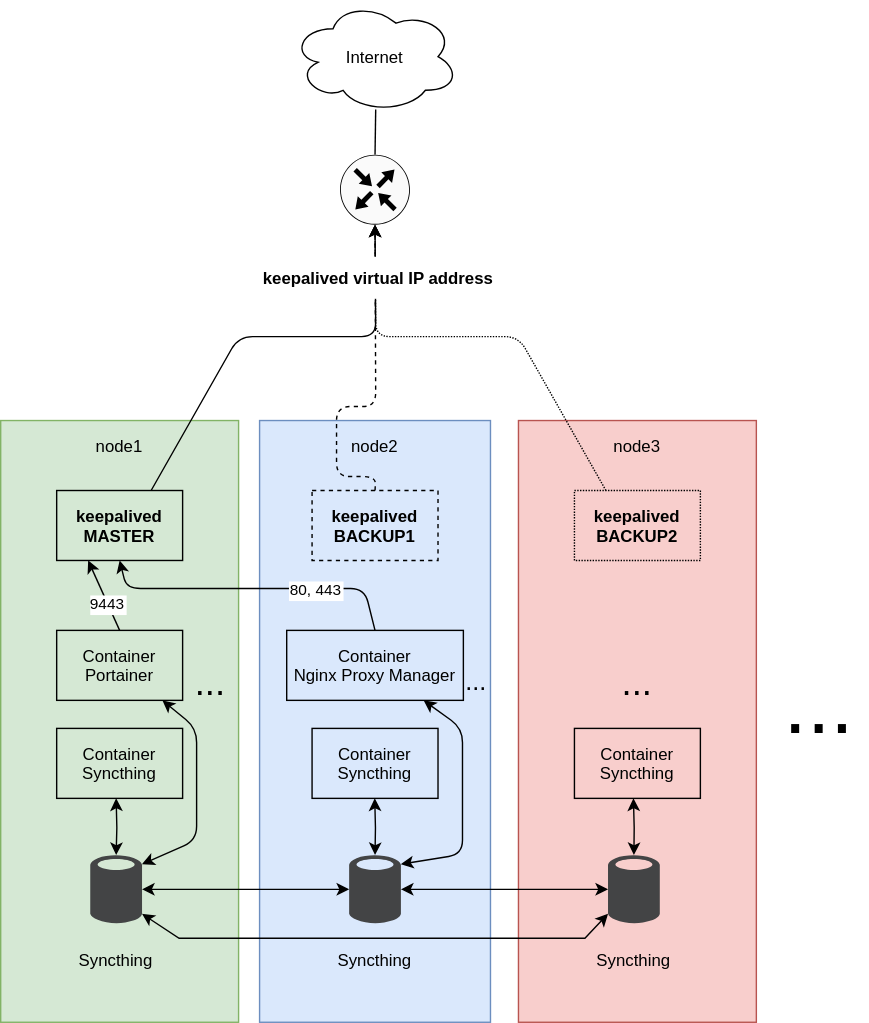
Above: pictures/topology.svg in SuitDeer/SwarmPilot (draw.io), before the change. Source tidied: cells renumbered, new cells last; positions are measured from the earlier drawing's top-left corner, leaving out a move shared by most shapes.
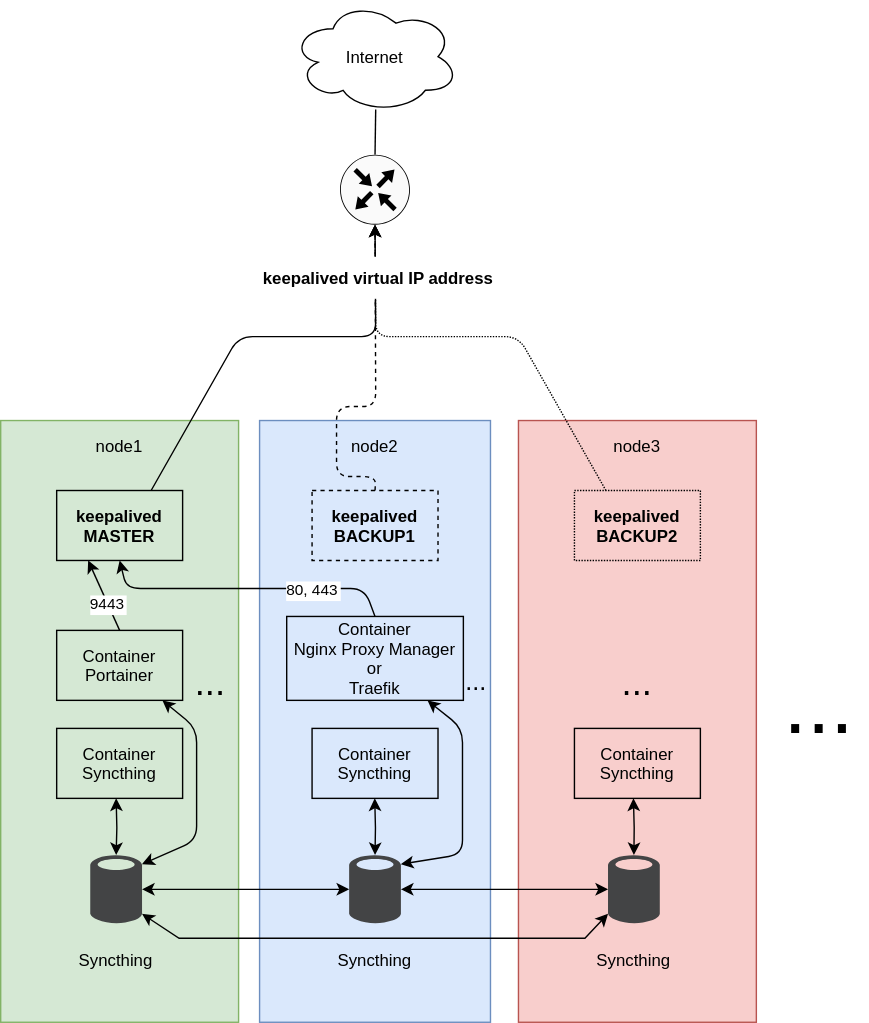
The same diagram one commit later.

Commit message:
Add traefik as alternative to nginx proxy manager as a reverse proxy

Diff of the diagram source:
```diff
@@ -28,8 +28,8 @@
     <mxCell id="9" value="Container&#10;Portainer" style="rounded=0;verticalAlign=middle;fontColor=#000000;fillColor=none;" parent="1" vertex="1">
       <mxGeometry x="40" y="450" width="90" height="50" as="geometry" />
     </mxCell>
-    <mxCell id="10" value="Container&#10;Nginx Proxy Manager" style="rounded=0;verticalAlign=middle;fontColor=#000000;fillColor=none;" parent="1" vertex="1">
-      <mxGeometry x="204.4" y="450" width="126.2" height="50" as="geometry" />
+    <mxCell id="10" value="Container&#10;Nginx Proxy Manager&#10;or&#10;Traefik" style="rounded=0;verticalAlign=middle;fontColor=#000000;fillColor=none;" parent="1" vertex="1">
+      <mxGeometry x="204.4" y="440" width="126.2" height="60" as="geometry" />
     </mxCell>
     <mxCell id="11" value="..." style="text;strokeColor=none;fillColor=none;align=center;verticalAlign=middle;rounded=0;labelBackgroundColor=none;fontSize=26;fontColor=#000000;" parent="1" vertex="1">
       <mxGeometry x="130" y="470" width="40" height="30" as="geometry" />
```
